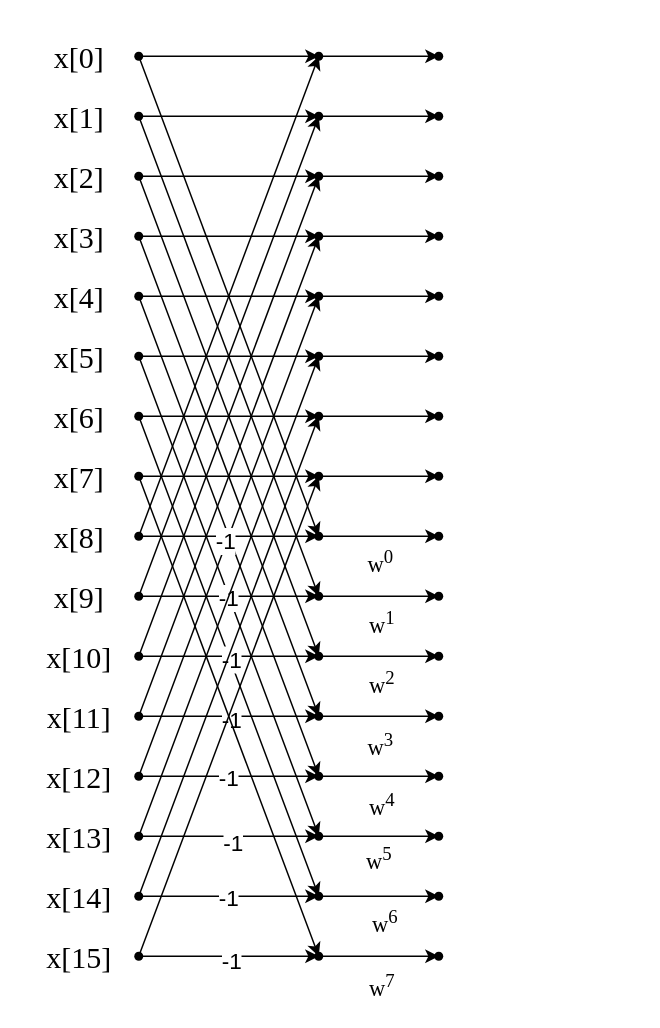
The draw.io diagram DIF_BFG.drawio in ALpht/16_FFT, before the edit. Source tidied: cells renumbered, new cells numbered last; positions are measured from the earlier drawing's top-left corner, leaving out a move shared by most shapes. Both pictures are drawn from the tidied source at 150%, with x=0, y=0 at pixel (26, 26).
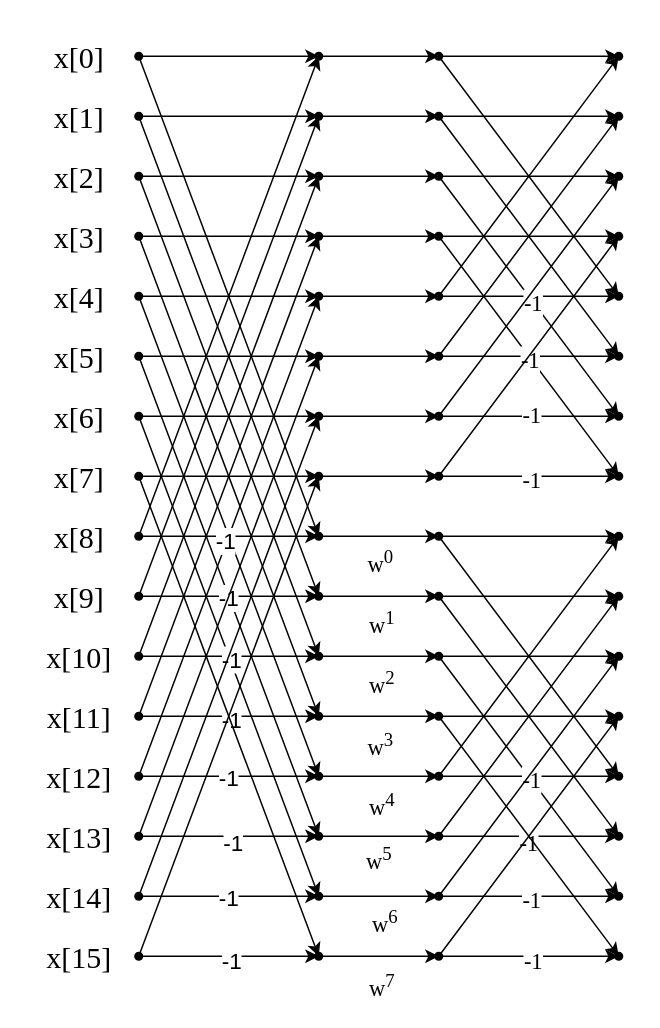
Above is the later version.

Unchanged cells that the change refers to:
```xml
<mxCell id="99" style="shape=waypoint;sketch=0;size=6;points=[];fillColor=none;perimeter=centerPerimeter;snapToPoint=1;" parent="1" vertex="1">
  <mxGeometry x="265" y="10" width="20" height="20" as="geometry" />
</mxCell>
<mxCell id="100" style="shape=waypoint;sketch=0;size=6;points=[];fillColor=none;perimeter=centerPerimeter;snapToPoint=1;" parent="1" vertex="1">
  <mxGeometry x="265" y="130" width="20" height="20" as="geometry" />
</mxCell>
<mxCell id="101" style="shape=waypoint;sketch=0;size=6;points=[];fillColor=none;perimeter=centerPerimeter;snapToPoint=1;" parent="1" vertex="1">
  <mxGeometry x="265" y="90" width="20" height="20" as="geometry" />
</mxCell>
<mxCell id="102" style="shape=waypoint;sketch=0;size=6;points=[];fillColor=none;perimeter=centerPerimeter;snapToPoint=1;" parent="1" vertex="1">
  <mxGeometry x="265" y="50" width="20" height="20" as="geometry" />
</mxCell>
<mxCell id="103" style="shape=waypoint;sketch=0;size=6;points=[];fillColor=none;perimeter=centerPerimeter;snapToPoint=1;" parent="1" vertex="1">
  <mxGeometry x="265" y="170" width="20" height="20" as="geometry" />
</mxCell>
<mxCell id="104" style="shape=waypoint;sketch=0;size=6;points=[];fillColor=none;perimeter=centerPerimeter;snapToPoint=1;" parent="1" vertex="1">
  <mxGeometry x="265" y="290" width="20" height="20" as="geometry" />
</mxCell>
<mxCell id="105" style="shape=waypoint;sketch=0;size=6;points=[];fillColor=none;perimeter=centerPerimeter;snapToPoint=1;" parent="1" vertex="1">
  <mxGeometry x="265" y="250" width="20" height="20" as="geometry" />
</mxCell>
<mxCell id="106" style="shape=waypoint;sketch=0;size=6;points=[];fillColor=none;perimeter=centerPerimeter;snapToPoint=1;" parent="1" vertex="1">
  <mxGeometry x="265" y="210" width="20" height="20" as="geometry" />
</mxCell>
<mxCell id="107" style="shape=waypoint;sketch=0;size=6;points=[];fillColor=none;perimeter=centerPerimeter;snapToPoint=1;" parent="1" vertex="1">
  <mxGeometry x="265" y="330" width="20" height="20" as="geometry" />
</mxCell>
<mxCell id="108" style="shape=waypoint;sketch=0;size=6;points=[];fillColor=none;perimeter=centerPerimeter;snapToPoint=1;" parent="1" vertex="1">
  <mxGeometry x="265" y="450" width="20" height="20" as="geometry" />
</mxCell>
<mxCell id="109" style="shape=waypoint;sketch=0;size=6;points=[];fillColor=none;perimeter=centerPerimeter;snapToPoint=1;" parent="1" vertex="1">
  <mxGeometry x="265" y="410" width="20" height="20" as="geometry" />
</mxCell>
<mxCell id="110" style="shape=waypoint;sketch=0;size=6;points=[];fillColor=none;perimeter=centerPerimeter;snapToPoint=1;" parent="1" vertex="1">
  <mxGeometry x="265" y="370" width="20" height="20" as="geometry" />
</mxCell>
<mxCell id="111" style="shape=waypoint;sketch=0;size=6;points=[];fillColor=none;perimeter=centerPerimeter;snapToPoint=1;" parent="1" vertex="1">
  <mxGeometry x="265" y="490" width="20" height="20" as="geometry" />
</mxCell>
<mxCell id="112" style="shape=waypoint;sketch=0;size=6;points=[];fillColor=none;perimeter=centerPerimeter;snapToPoint=1;" parent="1" vertex="1">
  <mxGeometry x="265" y="610" width="20" height="20" as="geometry" />
</mxCell>
<mxCell id="113" style="shape=waypoint;sketch=0;size=6;points=[];fillColor=none;perimeter=centerPerimeter;snapToPoint=1;" parent="1" vertex="1">
  <mxGeometry x="265" y="570" width="20" height="20" as="geometry" />
</mxCell>
<mxCell id="114" style="shape=waypoint;sketch=0;size=6;points=[];fillColor=none;perimeter=centerPerimeter;snapToPoint=1;" parent="1" vertex="1">
  <mxGeometry x="265" y="530" width="20" height="20" as="geometry" />
</mxCell>
```

What changed in the source:
```diff
@@
+    <mxCell id="130" style="edgeStyle=none;shape=connector;rounded=0;jettySize=auto;html=1;labelBackgroundColor=default;strokeColor=default;align=center;verticalAlign=middle;fontFamily=Helvetica;fontSize=11;fontColor=default;endArrow=classic;" parent="1" edge="1" source="102" target="146">
+      <mxGeometry relative="1" as="geometry" />
+    </mxCell>
@@
+    <mxCell id="131" style="edgeStyle=none;shape=connector;rounded=0;jettySize=auto;html=1;labelBackgroundColor=default;strokeColor=default;align=center;verticalAlign=middle;fontFamily=Helvetica;fontSize=11;fontColor=default;endArrow=classic;" parent="1" edge="1" source="103" target="139">
+      <mxGeometry relative="1" as="geometry" />
+    </mxCell>
@@
+    <mxCell id="132" style="edgeStyle=none;shape=connector;rounded=0;jettySize=auto;html=1;labelBackgroundColor=default;strokeColor=default;align=center;verticalAlign=middle;fontFamily=Helvetica;fontSize=11;fontColor=default;endArrow=classic;" parent="1" edge="1" source="105">
+      <mxGeometry relative="1" as="geometry">
+        <mxPoint x="395" y="260" as="targetPoint" />
+      </mxGeometry>
+    </mxCell>
+    <mxCell id="133" value="&lt;font style=&quot;font-size: 15px;&quot; face=&quot;Times New Roman&quot;&gt;-1&lt;/font&gt;" style="edgeLabel;html=1;align=center;verticalAlign=middle;fontSize=11;fontFamily=Helvetica;fontColor=default;" parent="132" vertex="1">
+      <mxGeometry x="0.02" y="2" relative="1" as="geometry" />
+    </mxCell>
@@
+    <mxCell id="134" style="edgeStyle=none;shape=connector;rounded=0;jettySize=auto;html=1;labelBackgroundColor=default;strokeColor=default;align=center;verticalAlign=middle;fontFamily=Helvetica;fontSize=11;fontColor=default;endArrow=classic;" parent="1" edge="1" source="109" target="153">
+      <mxGeometry relative="1" as="geometry" />
+    </mxCell>
@@
+    <mxCell id="135" style="edgeStyle=none;shape=connector;rounded=0;jettySize=auto;html=1;labelBackgroundColor=default;strokeColor=default;align=center;verticalAlign=middle;fontFamily=Helvetica;fontSize=11;fontColor=default;endArrow=classic;" parent="1" edge="1" source="110" target="154">
+      <mxGeometry relative="1" as="geometry" />
+    </mxCell>
@@
+    <mxCell id="136" style="edgeStyle=none;shape=connector;rounded=0;jettySize=auto;html=1;labelBackgroundColor=default;strokeColor=default;align=center;verticalAlign=middle;fontFamily=Helvetica;fontSize=11;fontColor=default;endArrow=classic;" parent="1" edge="1" source="114" target="150">
+      <mxGeometry relative="1" as="geometry" />
+    </mxCell>
+    <mxCell id="137" style="edgeStyle=none;shape=connector;rounded=0;jettySize=auto;html=1;labelBackgroundColor=default;strokeColor=default;align=center;verticalAlign=middle;fontFamily=Helvetica;fontSize=11;fontColor=default;endArrow=classic;" parent="1" edge="1" source="114" target="154">
+      <mxGeometry relative="1" as="geometry" />
+    </mxCell>
+    <mxCell id="138" value="&lt;font style=&quot;font-size: 15px;&quot; face=&quot;Times New Roman&quot;&gt;-1&lt;/font&gt;" style="edgeLabel;html=1;align=center;verticalAlign=middle;fontSize=11;fontFamily=Helvetica;fontColor=default;" parent="137" vertex="1">
+      <mxGeometry x="-0.02" y="-3" relative="1" as="geometry" />
+    </mxCell>
@@
+    <mxCell id="139" style="shape=waypoint;sketch=0;size=6;points=[];fillColor=none;perimeter=centerPerimeter;snapToPoint=1;" parent="1" vertex="1">
+      <mxGeometry x="385" y="10" width="20" height="20" as="geometry" />
+    </mxCell>
+    <mxCell id="140" style="shape=waypoint;sketch=0;size=6;points=[];fillColor=none;perimeter=centerPerimeter;snapToPoint=1;" parent="1" vertex="1">
+      <mxGeometry x="385" y="130" width="20" height="20" as="geometry" />
+    </mxCell>
+    <mxCell id="141" style="shape=waypoint;sketch=0;size=6;points=[];fillColor=none;perimeter=centerPerimeter;snapToPoint=1;" parent="1" vertex="1">
+      <mxGeometry x="385" y="90" width="20" height="20" as="geometry" />
+    </mxCell>
+    <mxCell id="142" style="shape=waypoint;sketch=0;size=6;points=[];fillColor=none;perimeter=centerPerimeter;snapToPoint=1;" parent="1" vertex="1">
+      <mxGeometry x="385" y="50" width="20" height="20" as="geometry" />
+    </mxCell>
+    <mxCell id="143" style="shape=waypoint;sketch=0;size=6;points=[];fillColor=none;perimeter=centerPerimeter;snapToPoint=1;" parent="1" vertex="1">
+      <mxGeometry x="385" y="170" width="20" height="20" as="geometry" />
+    </mxCell>
+    <mxCell id="144" style="shape=waypoint;sketch=0;size=6;points=[];fillColor=none;perimeter=centerPerimeter;snapToPoint=1;" parent="1" vertex="1">
+      <mxGeometry x="385" y="290" width="20" height="20" as="geometry" />
+    </mxCell>
+    <mxCell id="145" style="shape=waypoint;sketch=0;size=6;points=[];fillColor=none;perimeter=centerPerimeter;snapToPoint=1;" parent="1" vertex="1">
+      <mxGeometry x="385" y="250" width="20" height="20" as="geometry" />
+    </mxCell>
+    <mxCell id="146" style="shape=waypoint;sketch=0;size=6;points=[];fillColor=none;perimeter=centerPerimeter;snapToPoint=1;" parent="1" vertex="1">
+      <mxGeometry x="385" y="210" width="20" height="20" as="geometry" />
+    </mxCell>
+    <mxCell id="147" style="shape=waypoint;sketch=0;size=6;points=[];fillColor=none;perimeter=centerPerimeter;snapToPoint=1;" parent="1" vertex="1">
+      <mxGeometry x="385" y="330" width="20" height="20" as="geometry" />
+    </mxCell>
+    <mxCell id="148" style="shape=waypoint;sketch=0;size=6;points=[];fillColor=none;perimeter=centerPerimeter;snapToPoint=1;" parent="1" vertex="1">
+      <mxGeometry x="385" y="450" width="20" height="20" as="geometry" />
+    </mxCell>
+    <mxCell id="149" style="shape=waypoint;sketch=0;size=6;points=[];fillColor=none;perimeter=centerPerimeter;snapToPoint=1;" parent="1" vertex="1">
+      <mxGeometry x="385" y="410" width="20" height="20" as="geometry" />
+    </mxCell>
+    <mxCell id="150" style="shape=waypoint;sketch=0;size=6;points=[];fillColor=none;perimeter=centerPerimeter;snapToPoint=1;" parent="1" vertex="1">
+      <mxGeometry x="385" y="370" width="20" height="20" as="geometry" />
+    </mxCell>
+    <mxCell id="151" style="shape=waypoint;sketch=0;size=6;points=[];fillColor=none;perimeter=centerPerimeter;snapToPoint=1;" parent="1" vertex="1">
+      <mxGeometry x="385" y="490" width="20" height="20" as="geometry" />
+    </mxCell>
+    <mxCell id="152" style="shape=waypoint;sketch=0;size=6;points=[];fillColor=none;perimeter=centerPerimeter;snapToPoint=1;" parent="1" vertex="1">
+      <mxGeometry x="385" y="610" width="20" height="20" as="geometry" />
+    </mxCell>
+    <mxCell id="153" style="shape=waypoint;sketch=0;size=6;points=[];fillColor=none;perimeter=centerPerimeter;snapToPoint=1;" parent="1" vertex="1">
+      <mxGeometry x="385" y="570" width="20" height="20" as="geometry" />
+    </mxCell>
+    <mxCell id="154" style="shape=waypoint;sketch=0;size=6;points=[];fillColor=none;perimeter=centerPerimeter;snapToPoint=1;" parent="1" vertex="1">
+      <mxGeometry x="385" y="530" width="20" height="20" as="geometry" />
+    </mxCell>
+    <mxCell id="155" style="edgeStyle=none;shape=connector;rounded=0;jettySize=auto;html=1;entryX=0.25;entryY=0.65;entryDx=0;entryDy=0;entryPerimeter=0;labelBackgroundColor=default;strokeColor=default;align=center;verticalAlign=middle;fontFamily=Helvetica;fontSize=11;fontColor=default;endArrow=classic;" parent="1" edge="1" source="99" target="143">
+      <mxGeometry relative="1" as="geometry" />
+    </mxCell>
+    <mxCell id="156" style="edgeStyle=none;shape=connector;rounded=0;jettySize=auto;html=1;entryX=0.2;entryY=0.85;entryDx=0;entryDy=0;entryPerimeter=0;labelBackgroundColor=default;strokeColor=default;align=center;verticalAlign=middle;fontFamily=Helvetica;fontSize=11;fontColor=default;endArrow=classic;" parent="1" edge="1" source="99" target="139">
+      <mxGeometry relative="1" as="geometry" />
+    </mxCell>
+    <mxCell id="157" style="edgeStyle=none;shape=connector;rounded=0;jettySize=auto;html=1;entryX=0.85;entryY=0.65;entryDx=0;entryDy=0;entryPerimeter=0;labelBackgroundColor=default;strokeColor=default;align=center;verticalAlign=middle;fontFamily=Helvetica;fontSize=11;fontColor=default;endArrow=classic;" parent="1" edge="1" source="102" target="142">
+      <mxGeometry relative="1" as="geometry" />
+    </mxCell>
+    <mxCell id="158" style="edgeStyle=none;shape=connector;rounded=0;jettySize=auto;html=1;entryX=-0.1;entryY=-0.1;entryDx=0;entryDy=0;entryPerimeter=0;labelBackgroundColor=default;strokeColor=default;align=center;verticalAlign=middle;fontFamily=Helvetica;fontSize=11;fontColor=default;endArrow=classic;" parent="1" edge="1" source="101" target="145">
+      <mxGeometry relative="1" as="geometry" />
+    </mxCell>
+    <mxCell id="159" style="edgeStyle=none;shape=connector;rounded=0;jettySize=auto;html=1;entryX=-0.1;entryY=0.5;entryDx=0;entryDy=0;entryPerimeter=0;labelBackgroundColor=default;strokeColor=default;align=center;verticalAlign=middle;fontFamily=Helvetica;fontSize=11;fontColor=default;endArrow=classic;" parent="1" edge="1" source="101" target="141">
+      <mxGeometry relative="1" as="geometry" />
+    </mxCell>
+    <mxCell id="160" style="edgeStyle=none;shape=connector;rounded=0;jettySize=auto;html=1;entryX=0.35;entryY=0.7;entryDx=0;entryDy=0;entryPerimeter=0;labelBackgroundColor=default;strokeColor=default;align=center;verticalAlign=middle;fontFamily=Helvetica;fontSize=11;fontColor=default;endArrow=classic;" parent="1" edge="1" source="100" target="144">
+      <mxGeometry relative="1" as="geometry" />
+    </mxCell>
+    <mxCell id="161" style="edgeStyle=none;shape=connector;rounded=0;jettySize=auto;html=1;entryX=0.95;entryY=0.65;entryDx=0;entryDy=0;entryPerimeter=0;labelBackgroundColor=default;strokeColor=default;align=center;verticalAlign=middle;fontFamily=Helvetica;fontSize=11;fontColor=default;endArrow=classic;" parent="1" edge="1" source="100" target="140">
+      <mxGeometry relative="1" as="geometry" />
+    </mxCell>
+    <mxCell id="162" style="edgeStyle=none;shape=connector;rounded=0;jettySize=auto;html=1;entryX=0.15;entryY=0.4;entryDx=0;entryDy=0;entryPerimeter=0;labelBackgroundColor=default;strokeColor=default;align=center;verticalAlign=middle;fontFamily=Helvetica;fontSize=11;fontColor=default;endArrow=classic;" parent="1" edge="1" source="103" target="143">
+      <mxGeometry relative="1" as="geometry" />
+    </mxCell>
+    <mxCell id="163" value="&lt;font style=&quot;font-size: 15px;&quot; face=&quot;Times New Roman&quot;&gt;-1&lt;/font&gt;" style="edgeLabel;html=1;align=center;verticalAlign=middle;fontSize=11;fontFamily=Helvetica;fontColor=default;" parent="162" vertex="1">
+      <mxGeometry x="0.03" y="-3" relative="1" as="geometry" />
+    </mxCell>
+    <mxCell id="164" style="edgeStyle=none;shape=connector;rounded=0;jettySize=auto;html=1;entryX=0.15;entryY=0.75;entryDx=0;entryDy=0;entryPerimeter=0;labelBackgroundColor=default;strokeColor=default;align=center;verticalAlign=middle;fontFamily=Helvetica;fontSize=11;fontColor=default;endArrow=classic;" parent="1" edge="1" source="106" target="142">
+      <mxGeometry relative="1" as="geometry" />
+    </mxCell>
+    <mxCell id="165" style="edgeStyle=none;shape=connector;rounded=0;jettySize=auto;html=1;entryX=1.3;entryY=0.3;entryDx=0;entryDy=0;entryPerimeter=0;labelBackgroundColor=default;strokeColor=default;align=center;verticalAlign=middle;fontFamily=Helvetica;fontSize=11;fontColor=default;endArrow=classic;" parent="1" edge="1" source="106" target="146">
+      <mxGeometry relative="1" as="geometry" />
+    </mxCell>
+    <mxCell id="166" value="&lt;font style=&quot;font-size: 15px;&quot; face=&quot;Times New Roman&quot;&gt;-1&lt;/font&gt;" style="edgeLabel;html=1;align=center;verticalAlign=middle;fontSize=11;fontFamily=Helvetica;fontColor=default;" parent="165" vertex="1">
+      <mxGeometry y="-1" relative="1" as="geometry" />
+    </mxCell>
+    <mxCell id="167" style="edgeStyle=none;shape=connector;rounded=0;jettySize=auto;html=1;entryX=0.65;entryY=0.8;entryDx=0;entryDy=0;entryPerimeter=0;labelBackgroundColor=default;strokeColor=default;align=center;verticalAlign=middle;fontFamily=Helvetica;fontSize=11;fontColor=default;endArrow=classic;" parent="1" edge="1" source="105" target="141">
+      <mxGeometry relative="1" as="geometry" />
+    </mxCell>
+    <mxCell id="168" style="edgeStyle=none;shape=connector;rounded=0;jettySize=auto;html=1;entryX=0.6;entryY=0.85;entryDx=0;entryDy=0;entryPerimeter=0;labelBackgroundColor=default;strokeColor=default;align=center;verticalAlign=middle;fontFamily=Helvetica;fontSize=11;fontColor=default;endArrow=classic;" parent="1" edge="1" source="104" target="140">
+      <mxGeometry relative="1" as="geometry" />
+    </mxCell>
+    <mxCell id="169" style="edgeStyle=none;shape=connector;rounded=0;jettySize=auto;html=1;entryX=0.9;entryY=0.7;entryDx=0;entryDy=0;entryPerimeter=0;labelBackgroundColor=default;strokeColor=default;align=center;verticalAlign=middle;fontFamily=Helvetica;fontSize=11;fontColor=default;endArrow=classic;" parent="1" edge="1" source="104" target="144">
+      <mxGeometry relative="1" as="geometry" />
+    </mxCell>
+    <mxCell id="170" value="&lt;font style=&quot;font-size: 15px;&quot; face=&quot;Times New Roman&quot;&gt;-1&lt;/font&gt;" style="edgeLabel;html=1;align=center;verticalAlign=middle;fontSize=11;fontFamily=Helvetica;fontColor=default;" parent="169" vertex="1">
+      <mxGeometry x="0.02" y="-1" relative="1" as="geometry" />
+    </mxCell>
+    <mxCell id="171" style="edgeStyle=none;shape=connector;rounded=0;jettySize=auto;html=1;entryX=-0.1;entryY=0.55;entryDx=0;entryDy=0;entryPerimeter=0;labelBackgroundColor=default;strokeColor=default;align=center;verticalAlign=middle;fontFamily=Helvetica;fontSize=11;fontColor=default;endArrow=classic;" parent="1" edge="1" source="107" target="147">
+      <mxGeometry relative="1" as="geometry" />
+    </mxCell>
+    <mxCell id="172" style="edgeStyle=none;shape=connector;rounded=0;jettySize=auto;html=1;entryX=0.3;entryY=0.65;entryDx=0;entryDy=0;entryPerimeter=0;labelBackgroundColor=default;strokeColor=default;align=center;verticalAlign=middle;fontFamily=Helvetica;fontSize=11;fontColor=default;endArrow=classic;" parent="1" edge="1" source="107" target="151">
+      <mxGeometry relative="1" as="geometry" />
+    </mxCell>
+    <mxCell id="173" style="edgeStyle=none;shape=connector;rounded=0;jettySize=auto;html=1;entryX=0.1;entryY=0.65;entryDx=0;entryDy=0;entryPerimeter=0;labelBackgroundColor=default;strokeColor=default;align=center;verticalAlign=middle;fontFamily=Helvetica;fontSize=11;fontColor=default;endArrow=classic;" parent="1" edge="1" source="110" target="150">
+      <mxGeometry relative="1" as="geometry" />
+    </mxCell>
+    <mxCell id="174" style="edgeStyle=none;shape=connector;rounded=0;jettySize=auto;html=1;entryX=0;entryY=0.55;entryDx=0;entryDy=0;entryPerimeter=0;labelBackgroundColor=default;strokeColor=default;align=center;verticalAlign=middle;fontFamily=Helvetica;fontSize=11;fontColor=default;endArrow=classic;" parent="1" edge="1" source="109" target="149">
+      <mxGeometry relative="1" as="geometry" />
+    </mxCell>
+    <mxCell id="175" style="edgeStyle=none;shape=connector;rounded=0;jettySize=auto;html=1;entryX=1;entryY=0.9;entryDx=0;entryDy=0;entryPerimeter=0;labelBackgroundColor=default;strokeColor=default;align=center;verticalAlign=middle;fontFamily=Helvetica;fontSize=11;fontColor=default;endArrow=classic;" parent="1" edge="1" source="108" target="152">
+      <mxGeometry relative="1" as="geometry" />
+    </mxCell>
+    <mxCell id="176" style="edgeStyle=none;shape=connector;rounded=0;jettySize=auto;html=1;entryX=0.05;entryY=0.55;entryDx=0;entryDy=0;entryPerimeter=0;labelBackgroundColor=default;strokeColor=default;align=center;verticalAlign=middle;fontFamily=Helvetica;fontSize=11;fontColor=default;endArrow=classic;" parent="1" edge="1" source="108" target="148">
+      <mxGeometry relative="1" as="geometry" />
+    </mxCell>
+    <mxCell id="177" style="edgeStyle=none;shape=connector;rounded=0;jettySize=auto;html=1;entryX=1.1;entryY=0.75;entryDx=0;entryDy=0;entryPerimeter=0;labelBackgroundColor=default;strokeColor=default;align=center;verticalAlign=middle;fontFamily=Helvetica;fontSize=11;fontColor=default;endArrow=classic;" parent="1" edge="1" source="111" target="147">
+      <mxGeometry relative="1" as="geometry" />
+    </mxCell>
+    <mxCell id="178" style="edgeStyle=none;shape=connector;rounded=0;jettySize=auto;html=1;entryX=-0.15;entryY=0.2;entryDx=0;entryDy=0;entryPerimeter=0;labelBackgroundColor=default;strokeColor=default;align=center;verticalAlign=middle;fontFamily=Helvetica;fontSize=11;fontColor=default;endArrow=classic;" parent="1" edge="1" source="111" target="151">
+      <mxGeometry relative="1" as="geometry" />
+    </mxCell>
+    <mxCell id="179" value="&lt;font style=&quot;font-size: 15px;&quot; face=&quot;Times New Roman&quot;&gt;-1&lt;/font&gt;" style="edgeLabel;html=1;align=center;verticalAlign=middle;fontSize=11;fontFamily=Helvetica;fontColor=default;" parent="178" vertex="1">
+      <mxGeometry x="0.02" y="-1" relative="1" as="geometry" />
+    </mxCell>
+    <mxCell id="180" style="edgeStyle=none;shape=connector;rounded=0;jettySize=auto;html=1;entryX=0.3;entryY=0.8;entryDx=0;entryDy=0;entryPerimeter=0;labelBackgroundColor=default;strokeColor=default;align=center;verticalAlign=middle;fontFamily=Helvetica;fontSize=11;fontColor=default;endArrow=classic;" parent="1" edge="1" source="113" target="149">
+      <mxGeometry relative="1" as="geometry" />
+    </mxCell>
+    <mxCell id="181" style="edgeStyle=none;shape=connector;rounded=0;jettySize=auto;html=1;entryX=0.7;entryY=0.15;entryDx=0;entryDy=0;entryPerimeter=0;labelBackgroundColor=default;strokeColor=default;align=center;verticalAlign=middle;fontFamily=Helvetica;fontSize=11;fontColor=default;endArrow=classic;" parent="1" edge="1" source="113" target="153">
+      <mxGeometry relative="1" as="geometry" />
+    </mxCell>
+    <mxCell id="182" value="&lt;font style=&quot;font-size: 15px;&quot; face=&quot;Times New Roman&quot;&gt;-1&lt;/font&gt;" style="edgeLabel;html=1;align=center;verticalAlign=middle;fontSize=11;fontFamily=Helvetica;fontColor=default;" parent="181" vertex="1">
+      <mxGeometry x="0.02" y="-1" relative="1" as="geometry" />
+    </mxCell>
+    <mxCell id="183" style="edgeStyle=none;shape=connector;rounded=0;jettySize=auto;html=1;entryX=0.65;entryY=0.75;entryDx=0;entryDy=0;entryPerimeter=0;labelBackgroundColor=default;strokeColor=default;align=center;verticalAlign=middle;fontFamily=Helvetica;fontSize=11;fontColor=default;endArrow=classic;" parent="1" edge="1" source="112" target="148">
+      <mxGeometry relative="1" as="geometry" />
+    </mxCell>
+    <mxCell id="184" style="edgeStyle=none;shape=connector;rounded=0;jettySize=auto;html=1;entryX=-0.15;entryY=0.3;entryDx=0;entryDy=0;entryPerimeter=0;labelBackgroundColor=default;strokeColor=default;align=center;verticalAlign=middle;fontFamily=Helvetica;fontSize=11;fontColor=default;endArrow=classic;" parent="1" edge="1" source="112" target="152">
+      <mxGeometry relative="1" as="geometry" />
+    </mxCell>
+    <mxCell id="185" value="&lt;font style=&quot;font-size: 15px;&quot; face=&quot;Times New Roman&quot;&gt;-1&lt;/font&gt;" style="edgeLabel;html=1;align=center;verticalAlign=middle;fontSize=11;fontFamily=Helvetica;fontColor=default;" parent="184" vertex="1">
+      <mxGeometry x="0.03" y="-2" relative="1" as="geometry" />
+    </mxCell>
```
